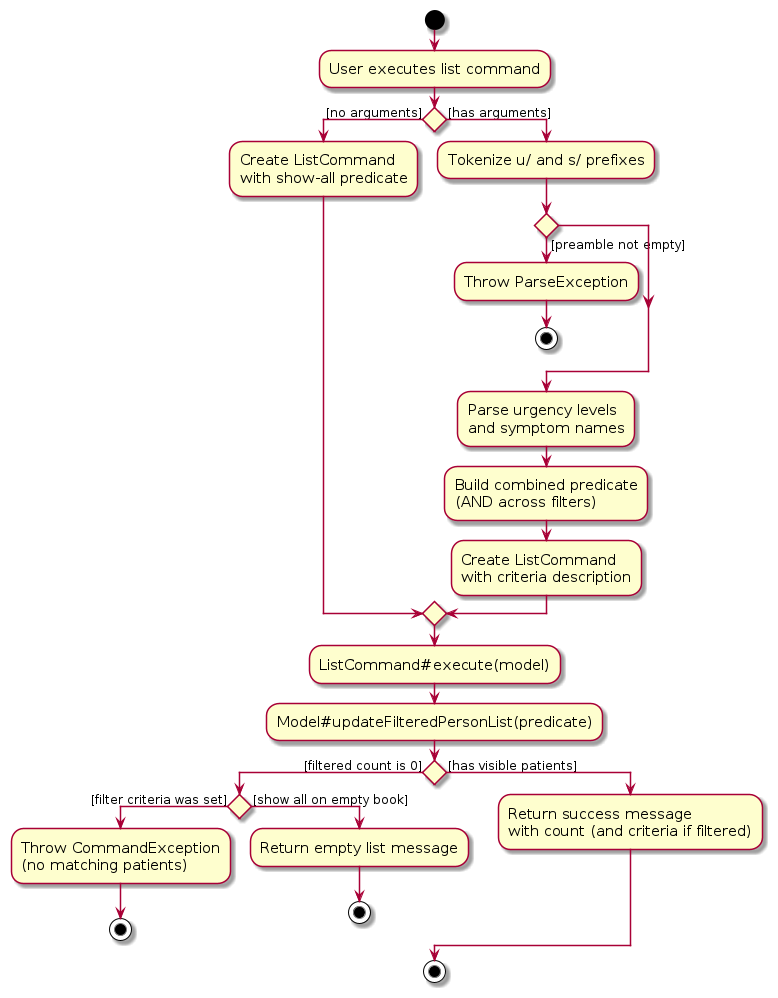
AY2526S2-CS2103-F11-4/tp keeps this PlantUML diagram as diagrams/ListActivityDiagram.png. Above is the earlier version. Its source is kept beside it as diagrams/ListActivityDiagram.puml. Source of this version:
```plantuml
@startuml
skin rose
skinparam ActivityFontSize 15
skinparam ArrowFontSize 12
start
:User executes list command;

if () then ([no arguments])
    :Create ListCommand\nwith show-all predicate;
else ([has arguments])
    :Tokenize u/ and s/ prefixes;
    if () then ([preamble not empty])
        :Throw ParseException;
        stop
    endif
    :Parse urgency levels\nand symptom names;
    :Build combined predicate\n(AND across filters);
    :Create ListCommand\nwith criteria description;
endif

:ListCommand#execute(model);
:Model#updateFilteredPersonList(predicate);

if () then ([filtered count is 0])
    if () then ([filter criteria was set])
        :Throw CommandException\n(no matching patients);
        stop
    else ([show all on empty book])
        :Return empty list message;
        stop
    endif
else ([has visible patients])
    :Return success message\nwith count (and criteria if filtered);
endif
stop
@enduml
```
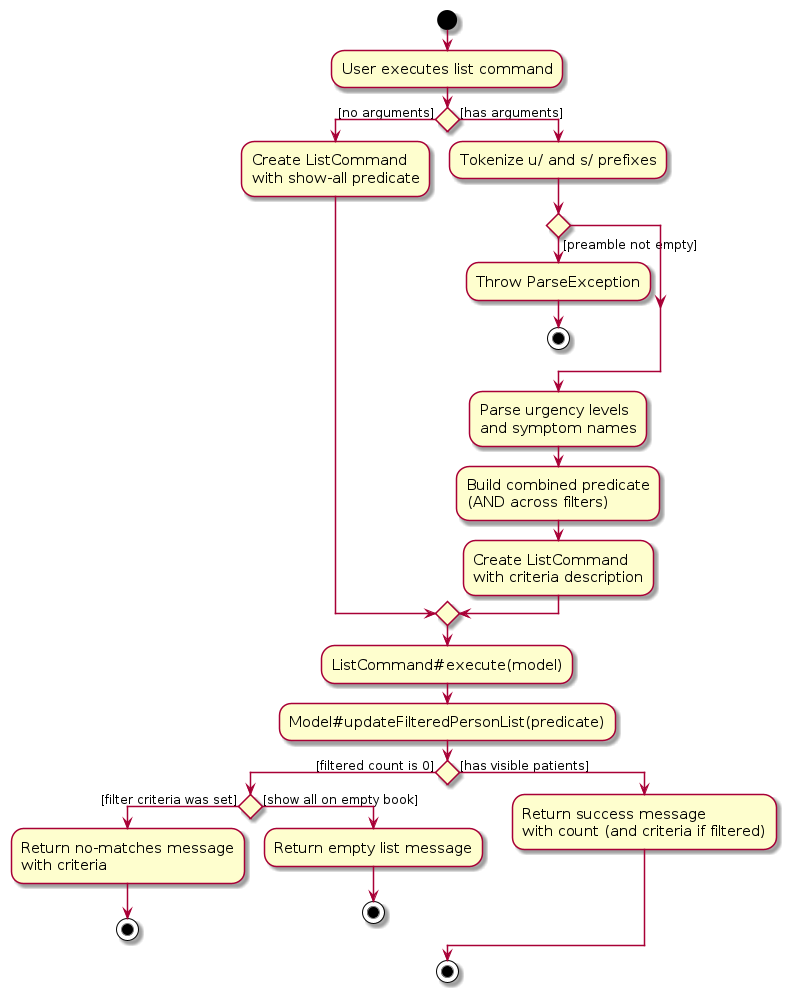
The same diagram one commit later.

Diff of the diagram source:
```diff
@@ -23,7 +23,7 @@
 
 if () then ([filtered count is 0])
     if () then ([filter criteria was set])
-        :Throw CommandException\n(no matching patients);
+        :Return no-matches message\nwith criteria;
         stop
     else ([show all on empty book])
         :Return empty list message;
```
